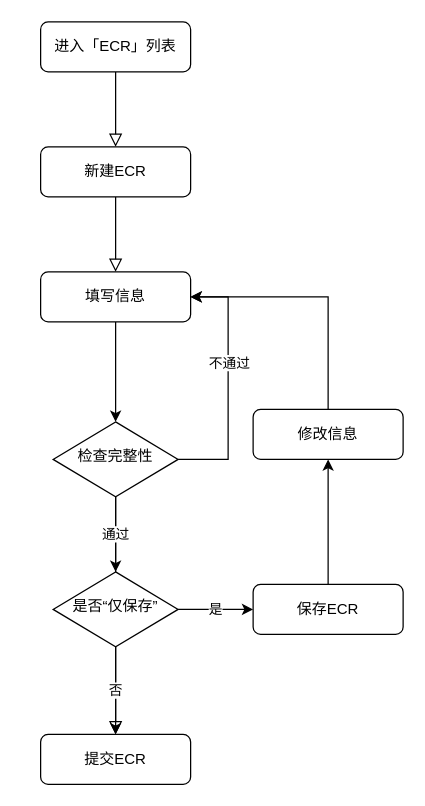
Above: ECR/工程项目负责人变更管理流程图.drawio in Merlin218/draw-file (draw.io), before the change. Source tidied: cells renumbered, new cells numbered last; positions are measured from the earlier drawing's top-left corner, leaving out a move shared by most shapes. Both pictures are drawn from the tidied source at 125%, with x=0, y=0 at pixel (40, 21).
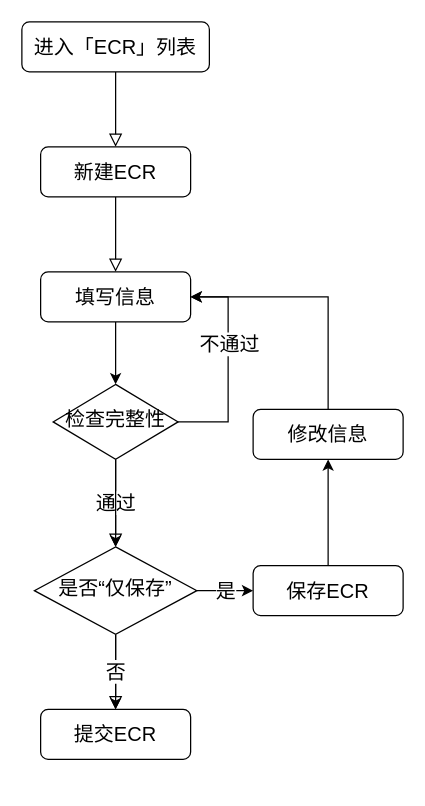
Above is the later version.

Commit message:
更新工程项目负责人变更管理流程图.drawio

Change to the diagram source:
```diff
@@
-    <mxCell id="2" style="rounded=0;html=1;jettySize=auto;fontSize=11;endArrow=block;endFill=0;endSize=8;strokeWidth=1;shadow=0;labelBackgroundColor=none;edgeStyle=orthogonalEdgeStyle;entryX=0.5;entryY=0;entryDx=0;entryDy=0;" parent="1" edge="1" source="3" target="19">
+    <mxCell id="2" style="rounded=0;html=1;jettySize=auto;fontSize=16;endArrow=block;endFill=0;endSize=8;strokeWidth=1;shadow=0;labelBackgroundColor=none;edgeStyle=orthogonalEdgeStyle;entryX=0.5;entryY=0;entryDx=0;entryDy=0;" parent="1" edge="1" source="3" target="19">
       <mxGeometry relative="1" as="geometry" />
     </mxCell>
-    <mxCell id="3" value="进入「ECR」列表" style="rounded=1;whiteSpace=wrap;html=1;fontSize=12;glass=0;strokeWidth=1;shadow=0;" parent="1" vertex="1">
-      <mxGeometry width="120" height="40" as="geometry" />
+    <mxCell id="3" value="进入「ECR」列表" style="rounded=1;whiteSpace=wrap;html=1;fontSize=16;glass=0;strokeWidth=1;shadow=0;" parent="1" vertex="1">
+      <mxGeometry x="-15" width="150" height="40" as="geometry" />
     </mxCell>
-    <mxCell id="4" style="rounded=0;html=1;jettySize=auto;fontSize=11;endArrow=block;endFill=0;endSize=8;strokeWidth=1;shadow=0;labelBackgroundColor=none;edgeStyle=orthogonalEdgeStyle;exitX=0.5;exitY=1;exitDx=0;exitDy=0;entryX=0.5;entryY=0;entryDx=0;entryDy=0;" parent="1" edge="1" source="19" target="20">
+    <mxCell id="4" style="rounded=0;html=1;jettySize=auto;fontSize=16;endArrow=block;endFill=0;endSize=8;strokeWidth=1;shadow=0;labelBackgroundColor=none;edgeStyle=orthogonalEdgeStyle;exitX=0.5;exitY=1;exitDx=0;exitDy=0;entryX=0.5;entryY=0;entryDx=0;entryDy=0;" parent="1" edge="1" source="19" target="20">
       <mxGeometry y="20" relative="1" as="geometry" />
     </mxCell>
-    <mxCell id="5" style="rounded=0;html=1;jettySize=auto;fontSize=11;endArrow=block;endFill=0;endSize=8;strokeWidth=1;shadow=0;labelBackgroundColor=none;edgeStyle=orthogonalEdgeStyle;exitX=0.5;exitY=1;exitDx=0;exitDy=0;" parent="1" edge="1" source="12" target="7">
+    <mxCell id="5" style="rounded=0;html=1;jettySize=auto;fontSize=16;endArrow=block;endFill=0;endSize=8;strokeWidth=1;shadow=0;labelBackgroundColor=none;edgeStyle=orthogonalEdgeStyle;exitX=0.5;exitY=1;exitDx=0;exitDy=0;" parent="1" edge="1" source="18" target="7">
       <mxGeometry x="-0.33" y="30" relative="1" as="geometry" />
     </mxCell>
-    <mxCell id="6" style="edgeStyle=orthogonalEdgeStyle;rounded=0;jettySize=auto;html=1;entryX=0.5;entryY=0;entryDx=0;entryDy=0;exitX=0.5;exitY=1;exitDx=0;exitDy=0;" parent="1" edge="1" source="20" target="12">
+    <mxCell id="6" style="edgeStyle=orthogonalEdgeStyle;rounded=0;jettySize=auto;html=1;entryX=0.5;entryY=0;entryDx=0;entryDy=0;exitX=0.5;exitY=1;exitDx=0;exitDy=0;fontSize=16;" parent="1" edge="1" source="20" target="12">
       <mxGeometry relative="1" as="geometry" />
     </mxCell>
-    <mxCell id="7" value="提交ECR" style="rounded=1;whiteSpace=wrap;html=1;fontSize=12;glass=0;strokeWidth=1;shadow=0;" parent="1" vertex="1">
-      <mxGeometry y="570" width="120" height="40" as="geometry" />
+    <mxCell id="7" value="提交ECR" style="rounded=1;whiteSpace=wrap;html=1;fontSize=16;glass=0;strokeWidth=1;shadow=0;" parent="1" vertex="1">
+      <mxGeometry y="550" width="120" height="40" as="geometry" />
     </mxCell>
-    <mxCell id="8" style="edgeStyle=orthogonalEdgeStyle;rounded=0;jettySize=auto;html=1;entryX=1;entryY=0.5;entryDx=0;entryDy=0;exitX=1;exitY=0.5;exitDx=0;exitDy=0;" parent="1" edge="1" source="12" target="20">
+    <mxCell id="8" style="edgeStyle=orthogonalEdgeStyle;rounded=0;jettySize=auto;html=1;entryX=1;entryY=0.5;entryDx=0;entryDy=0;exitX=1;exitY=0.5;exitDx=0;exitDy=0;fontSize=16;" parent="1" edge="1" source="12" target="20">
       <mxGeometry relative="1" as="geometry">
         <Array as="points">
-          <mxPoint x="150" y="350" />
+          <mxPoint x="150" y="320" />
           <mxPoint x="150" y="220" />
         </Array>
       </mxGeometry>
     </mxCell>
-    <mxCell id="9" value="不通过" style="edgeLabel;html=1;align=center;verticalAlign=middle;" parent="8" vertex="1">
+    <mxCell id="9" value="不通过" style="edgeLabel;html=1;align=center;verticalAlign=middle;fontSize=16;" parent="8" vertex="1">
       <mxGeometry relative="1" as="geometry">
         <mxPoint y="-18" as="offset" />
       </mxGeometry>
     </mxCell>
-    <mxCell id="10" value="是" style="edgeStyle=orthogonalEdgeStyle;rounded=0;jettySize=auto;html=1;entryX=0;entryY=0.5;entryDx=0;entryDy=0;exitX=1;exitY=0.5;exitDx=0;exitDy=0;" parent="1" edge="1" source="18" target="15">
+    <mxCell id="10" value="是" style="edgeStyle=orthogonalEdgeStyle;rounded=0;jettySize=auto;html=1;entryX=0;entryY=0.5;entryDx=0;entryDy=0;exitX=1;exitY=0.5;exitDx=0;exitDy=0;fontSize=16;" parent="1" edge="1" source="18" target="15">
       <mxGeometry relative="1" as="geometry" />
     </mxCell>
-    <mxCell id="11" value="否" style="edgeStyle=orthogonalEdgeStyle;rounded=0;jettySize=auto;html=1;" parent="1" edge="1" source="18" target="7">
+    <mxCell id="11" value="否" style="edgeStyle=orthogonalEdgeStyle;rounded=0;jettySize=auto;html=1;fontSize=16;" parent="1" edge="1" source="18" target="7">
       <mxGeometry relative="1" as="geometry" />
     </mxCell>
-    <mxCell id="12" value="检查完整性" style="rhombus;whiteSpace=wrap;html=1;shadow=0;fontFamily=Helvetica;fontSize=12;align=center;strokeWidth=1;spacing=6;spacingTop=-4;" parent="1" vertex="1">
-      <mxGeometry x="10" y="320" width="100" height="60" as="geometry" />
+    <mxCell id="12" value="检查完整性" style="rhombus;whiteSpace=wrap;html=1;shadow=0;fontFamily=Helvetica;fontSize=16;align=center;strokeWidth=1;spacing=6;spacingTop=-4;" parent="1" vertex="1">
+      <mxGeometry x="10" y="290" width="100" height="60" as="geometry" />
     </mxCell>
-    <mxCell id="13" style="edgeStyle=orthogonalEdgeStyle;rounded=0;jettySize=auto;html=1;entryX=1;entryY=0.5;entryDx=0;entryDy=0;exitX=0.5;exitY=0;exitDx=0;exitDy=0;" parent="1" edge="1" source="21" target="20">
+    <mxCell id="13" style="edgeStyle=orthogonalEdgeStyle;rounded=0;jettySize=auto;html=1;entryX=1;entryY=0.5;entryDx=0;entryDy=0;exitX=0.5;exitY=0;exitDx=0;exitDy=0;fontSize=16;" parent="1" edge="1" source="21" target="20">
       <mxGeometry relative="1" as="geometry" />
     </mxCell>
-    <mxCell id="14" style="edgeStyle=orthogonalEdgeStyle;rounded=0;jettySize=auto;html=1;entryX=0.5;entryY=1;entryDx=0;entryDy=0;" parent="1" edge="1" source="15" target="21">
+    <mxCell id="14" style="edgeStyle=orthogonalEdgeStyle;rounded=0;jettySize=auto;html=1;entryX=0.5;entryY=1;entryDx=0;entryDy=0;fontSize=16;" parent="1" edge="1" source="15" target="21">
       <mxGeometry relative="1" as="geometry" />
     </mxCell>
-    <mxCell id="15" value="保存ECR" style="rounded=1;whiteSpace=wrap;html=1;fontSize=12;glass=0;strokeWidth=1;shadow=0;" parent="1" vertex="1">
-      <mxGeometry x="170" y="450" width="120" height="40" as="geometry" />
+    <mxCell id="15" value="保存ECR" style="rounded=1;whiteSpace=wrap;html=1;fontSize=16;glass=0;strokeWidth=1;shadow=0;" parent="1" vertex="1">
+      <mxGeometry x="170" y="435" width="120" height="40" as="geometry" />
     </mxCell>
-    <mxCell id="16" style="edgeStyle=orthogonalEdgeStyle;rounded=0;orthogonalLoop=1;jettySize=auto;html=1;exitX=0.5;exitY=1;exitDx=0;exitDy=0;" parent="1" edge="1">
+    <mxCell id="16" style="edgeStyle=orthogonalEdgeStyle;rounded=0;orthogonalLoop=1;jettySize=auto;html=1;exitX=0.5;exitY=1;exitDx=0;exitDy=0;fontSize=16;" parent="1" edge="1">
       <mxGeometry relative="1" as="geometry">
         <mxPoint x="60" y="260" as="sourcePoint" />
         <mxPoint x="60" y="260" as="targetPoint" />
       </mxGeometry>
     </mxCell>
-    <mxCell id="17" value="通过" style="edgeStyle=orthogonalEdgeStyle;rounded=0;jettySize=auto;html=1;" parent="1" edge="1" source="12" target="18">
+    <mxCell id="17" value="通过" style="edgeStyle=orthogonalEdgeStyle;rounded=0;jettySize=auto;html=1;fontSize=16;" parent="1" edge="1" source="12" target="18">
       <mxGeometry relative="1" as="geometry" />
     </mxCell>
-    <mxCell id="18" value="是否“仅保存”" style="rhombus;whiteSpace=wrap;html=1;shadow=0;fontFamily=Helvetica;fontSize=12;align=center;strokeWidth=1;spacing=6;spacingTop=-4;" parent="1" vertex="1">
-      <mxGeometry x="10" y="440" width="100" height="60" as="geometry" />
-    </mxCell>
-    <mxCell id="19" value="新建ECR" style="rounded=1;whiteSpace=wrap;html=1;fontSize=12;glass=0;strokeWidth=1;shadow=0;" parent="1" vertex="1">
+    <mxCell id="19" value="新建ECR" style="rounded=1;whiteSpace=wrap;html=1;fontSize=16;glass=0;strokeWidth=1;shadow=0;" parent="1" vertex="1">
       <mxGeometry y="100" width="120" height="40" as="geometry" />
     </mxCell>
-    <mxCell id="20" value="填写信息" style="rounded=1;whiteSpace=wrap;html=1;fontSize=12;glass=0;strokeWidth=1;shadow=0;" parent="1" vertex="1">
+    <mxCell id="20" value="填写信息" style="rounded=1;whiteSpace=wrap;html=1;fontSize=16;glass=0;strokeWidth=1;shadow=0;" parent="1" vertex="1">
       <mxGeometry y="200" width="120" height="40" as="geometry" />
     </mxCell>
-    <mxCell id="21" value="修改信息" style="rounded=1;whiteSpace=wrap;html=1;fontSize=12;glass=0;strokeWidth=1;shadow=0;" parent="1" vertex="1">
+    <mxCell id="21" value="修改信息" style="rounded=1;whiteSpace=wrap;html=1;fontSize=16;glass=0;strokeWidth=1;shadow=0;" parent="1" vertex="1">
       <mxGeometry x="170" y="310" width="120" height="40" as="geometry" />
     </mxCell>
+    <mxCell id="22" style="rounded=0;html=1;jettySize=auto;fontSize=16;endArrow=block;endFill=0;endSize=8;strokeWidth=1;shadow=0;labelBackgroundColor=none;edgeStyle=orthogonalEdgeStyle;exitX=0.5;exitY=1;exitDx=0;exitDy=0;" parent="1" edge="1" source="12" target="18">
+      <mxGeometry x="-0.33" y="30" relative="1" as="geometry" />
+    </mxCell>
+    <mxCell id="18" value="是否“仅保存”" style="rhombus;whiteSpace=wrap;html=1;shadow=0;fontFamily=Helvetica;fontSize=16;align=center;strokeWidth=1;spacing=6;spacingTop=-4;" parent="1" vertex="1">
+      <mxGeometry x="-5" y="420" width="130" height="70" as="geometry" />
+    </mxCell>
```
